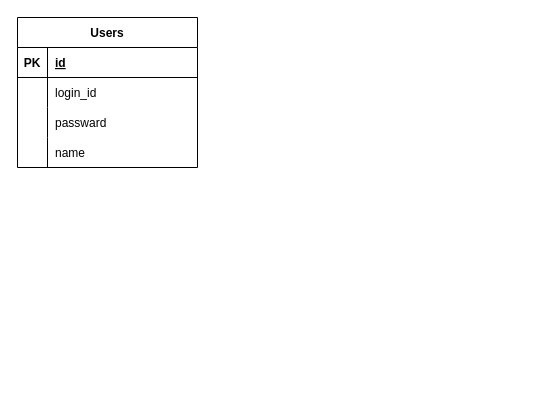
Before: er/er.drawio in dsrice/bs_api, a draw.io diagram. Source tidied: cells renumbered, new cells numbered last; positions are measured from the earlier drawing's top-left corner, leaving out a move shared by most shapes. Both pictures are drawn from the tidied source at 100%, with x=0, y=0 at pixel (17, 17).
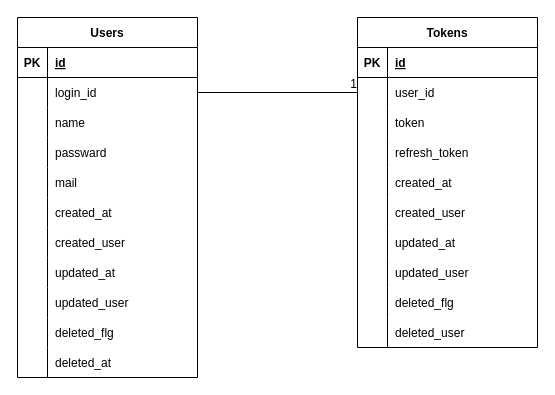
Above is the later version.

Commit message:
add: ログイン周りの設計にともないER図追記

The change refers to these unchanged cells:
```xml
<mxCell id="6" style="shape=tableRow;horizontal=0;startSize=0;swimlaneHead=0;swimlaneBody=0;fillColor=none;points=[[0,0.5],[1,0.5]];portConstraint=eastwest;top=0;left=0;right=0;bottom=0;" parent="2" vertex="1">
  <mxGeometry y="60" width="180" height="30" as="geometry" />
</mxCell>
```

Change to the diagram source:
```diff
@@
     <mxCell id="2" value="Users" style="shape=table;startSize=30;childLayout=tableLayout;rowLines=0;fontStyle=1;align=center;" parent="1" vertex="1">
-      <mxGeometry width="180" height="150" as="geometry" />
+      <mxGeometry width="180" height="360" as="geometry" />
     </mxCell>
@@
+    <mxCell id="12" style="shape=tableRow;horizontal=0;startSize=0;swimlaneHead=0;swimlaneBody=0;fillColor=none;top=0;left=0;right=0;bottom=0;" parent="2" vertex="1">
+      <mxGeometry y="90" width="180" height="30" as="geometry" />
+    </mxCell>
+    <mxCell id="13" style="shape=partialRectangle;fillColor=none;top=0;left=0;bottom=0;right=0;overflow=hidden;" parent="12" vertex="1">
+      <mxGeometry width="30" height="30" as="geometry" />
+    </mxCell>
+    <mxCell id="14" value="name" style="shape=partialRectangle;fillColor=none;top=0;left=0;bottom=0;right=0;align=left;spacingLeft=6;overflow=hidden;" parent="12" vertex="1">
+      <mxGeometry x="30" width="150" height="30" as="geometry" />
+    </mxCell>
     <mxCell id="9" style="shape=tableRow;horizontal=0;startSize=0;swimlaneHead=0;swimlaneBody=0;fillColor=none;top=0;left=0;right=0;bottom=0;" parent="2" vertex="1">
-      <mxGeometry y="90" width="180" height="30" as="geometry" />
+      <mxGeometry y="120" width="180" height="30" as="geometry" />
     </mxCell>
@@
-    <mxCell id="12" style="shape=tableRow;horizontal=0;startSize=0;swimlaneHead=0;swimlaneBody=0;fillColor=none;top=0;left=0;right=0;bottom=0;" parent="2" vertex="1">
-      <mxGeometry y="120" width="180" height="30" as="geometry" />
-    </mxCell>
-    <mxCell id="13" style="shape=partialRectangle;fillColor=none;top=0;left=0;bottom=0;right=0;overflow=hidden;" parent="12" vertex="1">
-      <mxGeometry width="30" height="30" as="geometry" />
-    </mxCell>
-    <mxCell id="14" value="name" style="shape=partialRectangle;fillColor=none;top=0;left=0;bottom=0;right=0;align=left;spacingLeft=6;overflow=hidden;" parent="12" vertex="1">
-      <mxGeometry x="30" width="150" height="30" as="geometry" />
-    </mxCell>
+    <mxCell id="15" style="shape=tableRow;horizontal=0;startSize=0;swimlaneHead=0;swimlaneBody=0;fillColor=none;top=0;left=0;right=0;bottom=0;" parent="2" vertex="1">
+      <mxGeometry y="150" width="180" height="30" as="geometry" />
+    </mxCell>
+    <mxCell id="16" style="shape=partialRectangle;fillColor=none;top=0;left=0;bottom=0;right=0;overflow=hidden;" parent="15" vertex="1">
+      <mxGeometry width="30" height="30" as="geometry" />
+    </mxCell>
+    <mxCell id="17" value="mail" style="shape=partialRectangle;fillColor=none;top=0;left=0;bottom=0;right=0;align=left;spacingLeft=6;overflow=hidden;" parent="15" vertex="1">
+      <mxGeometry x="30" width="150" height="30" as="geometry" />
+    </mxCell>
+    <mxCell id="18" style="shape=tableRow;horizontal=0;startSize=0;swimlaneHead=0;swimlaneBody=0;fillColor=none;top=0;left=0;right=0;bottom=0;" parent="2" vertex="1">
+      <mxGeometry y="180" width="180" height="30" as="geometry" />
+    </mxCell>
+    <mxCell id="19" style="shape=partialRectangle;fillColor=none;top=0;left=0;bottom=0;right=0;overflow=hidden;" parent="18" vertex="1">
+      <mxGeometry width="30" height="30" as="geometry" />
+    </mxCell>
+    <mxCell id="20" value="created_at" style="shape=partialRectangle;fillColor=none;top=0;left=0;bottom=0;right=0;align=left;spacingLeft=6;overflow=hidden;" parent="18" vertex="1">
+      <mxGeometry x="30" width="150" height="30" as="geometry" />
+    </mxCell>
+    <mxCell id="21" style="shape=tableRow;horizontal=0;startSize=0;swimlaneHead=0;swimlaneBody=0;fillColor=none;top=0;left=0;right=0;bottom=0;" parent="2" vertex="1">
+      <mxGeometry y="210" width="180" height="30" as="geometry" />
+    </mxCell>
+    <mxCell id="22" style="shape=partialRectangle;fillColor=none;top=0;left=0;bottom=0;right=0;overflow=hidden;" parent="21" vertex="1">
+      <mxGeometry width="30" height="30" as="geometry" />
+    </mxCell>
+    <mxCell id="23" value="created_user" style="shape=partialRectangle;fillColor=none;top=0;left=0;bottom=0;right=0;align=left;spacingLeft=6;overflow=hidden;" parent="21" vertex="1">
+      <mxGeometry x="30" width="150" height="30" as="geometry" />
+    </mxCell>
+    <mxCell id="24" style="shape=tableRow;horizontal=0;startSize=0;swimlaneHead=0;swimlaneBody=0;fillColor=none;top=0;left=0;right=0;bottom=0;" parent="2" vertex="1">
+      <mxGeometry y="240" width="180" height="30" as="geometry" />
+    </mxCell>
+    <mxCell id="25" style="shape=partialRectangle;fillColor=none;top=0;left=0;bottom=0;right=0;overflow=hidden;" parent="24" vertex="1">
+      <mxGeometry width="30" height="30" as="geometry" />
+    </mxCell>
+    <mxCell id="26" value="updated_at" style="shape=partialRectangle;fillColor=none;top=0;left=0;bottom=0;right=0;align=left;spacingLeft=6;overflow=hidden;" parent="24" vertex="1">
+      <mxGeometry x="30" width="150" height="30" as="geometry" />
+    </mxCell>
+    <mxCell id="27" style="shape=tableRow;horizontal=0;startSize=0;swimlaneHead=0;swimlaneBody=0;fillColor=none;top=0;left=0;right=0;bottom=0;" parent="2" vertex="1">
+      <mxGeometry y="270" width="180" height="30" as="geometry" />
+    </mxCell>
+    <mxCell id="28" style="shape=partialRectangle;fillColor=none;top=0;left=0;bottom=0;right=0;overflow=hidden;" parent="27" vertex="1">
+      <mxGeometry width="30" height="30" as="geometry" />
+    </mxCell>
+    <mxCell id="29" value="updated_user" style="shape=partialRectangle;fillColor=none;top=0;left=0;bottom=0;right=0;align=left;spacingLeft=6;overflow=hidden;" parent="27" vertex="1">
+      <mxGeometry x="30" width="150" height="30" as="geometry" />
+    </mxCell>
+    <mxCell id="30" style="shape=tableRow;horizontal=0;startSize=0;swimlaneHead=0;swimlaneBody=0;fillColor=none;top=0;left=0;right=0;bottom=0;" parent="2" vertex="1">
+      <mxGeometry y="300" width="180" height="30" as="geometry" />
+    </mxCell>
+    <mxCell id="31" style="shape=partialRectangle;fillColor=none;top=0;left=0;bottom=0;right=0;overflow=hidden;" parent="30" vertex="1">
+      <mxGeometry width="30" height="30" as="geometry" />
+    </mxCell>
+    <mxCell id="32" value="deleted_flg" style="shape=partialRectangle;fillColor=none;top=0;left=0;bottom=0;right=0;align=left;spacingLeft=6;overflow=hidden;" parent="30" vertex="1">
+      <mxGeometry x="30" width="150" height="30" as="geometry" />
+    </mxCell>
+    <mxCell id="33" style="shape=tableRow;horizontal=0;startSize=0;swimlaneHead=0;swimlaneBody=0;fillColor=none;top=0;left=0;right=0;bottom=0;" parent="2" vertex="1">
+      <mxGeometry y="330" width="180" height="30" as="geometry" />
+    </mxCell>
+    <mxCell id="34" style="shape=partialRectangle;fillColor=none;top=0;left=0;bottom=0;right=0;overflow=hidden;" parent="33" vertex="1">
+      <mxGeometry width="30" height="30" as="geometry" />
+    </mxCell>
+    <mxCell id="35" value="deleted_at" style="shape=partialRectangle;fillColor=none;top=0;left=0;bottom=0;right=0;align=left;spacingLeft=6;overflow=hidden;" parent="33" vertex="1">
+      <mxGeometry x="30" width="150" height="30" as="geometry" />
+    </mxCell>
+    <mxCell id="36" value="Tokens" style="shape=table;startSize=30;childLayout=tableLayout;rowLines=0;fontStyle=1;align=center;" parent="1" vertex="1">
+      <mxGeometry x="340" width="180" height="330" as="geometry" />
+    </mxCell>
+    <mxCell id="37" style="shape=tableRow;horizontal=0;startSize=0;swimlaneHead=0;swimlaneBody=0;fillColor=none;top=0;left=0;right=0;bottom=1;" parent="36" vertex="1">
+      <mxGeometry y="30" width="180" height="30" as="geometry" />
+    </mxCell>
+    <mxCell id="38" value="PK" style="shape=partialRectangle;fillColor=none;top=0;left=0;bottom=0;right=0;fontStyle=1;overflow=hidden;" parent="37" vertex="1">
+      <mxGeometry width="30" height="30" as="geometry" />
+    </mxCell>
+    <mxCell id="39" value="id" style="shape=partialRectangle;fillColor=none;top=0;left=0;bottom=0;right=0;align=left;spacingLeft=6;fontStyle=5;overflow=hidden;" parent="37" vertex="1">
+      <mxGeometry x="30" width="150" height="30" as="geometry" />
+    </mxCell>
+    <mxCell id="40" style="shape=tableRow;horizontal=0;startSize=0;swimlaneHead=0;swimlaneBody=0;fillColor=none;points=[[0,0.5],[1,0.5]];portConstraint=eastwest;top=0;left=0;right=0;bottom=0;" parent="36" vertex="1">
+      <mxGeometry y="60" width="180" height="30" as="geometry" />
+    </mxCell>
+    <mxCell id="41" style="shape=partialRectangle;fillColor=none;top=0;left=0;bottom=0;right=0;overflow=hidden;" parent="40" vertex="1">
+      <mxGeometry width="30" height="30" as="geometry" />
+    </mxCell>
+    <mxCell id="42" value="user_id" style="shape=partialRectangle;fillColor=none;top=0;left=0;bottom=0;right=0;align=left;spacingLeft=6;overflow=hidden;" parent="40" vertex="1">
+      <mxGeometry x="30" width="150" height="30" as="geometry" />
+    </mxCell>
+    <mxCell id="43" style="shape=tableRow;horizontal=0;startSize=0;swimlaneHead=0;swimlaneBody=0;fillColor=none;top=0;left=0;right=0;bottom=0;" parent="36" vertex="1">
+      <mxGeometry y="90" width="180" height="30" as="geometry" />
+    </mxCell>
+    <mxCell id="44" style="shape=partialRectangle;fillColor=none;top=0;left=0;bottom=0;right=0;overflow=hidden;" parent="43" vertex="1">
+      <mxGeometry width="30" height="30" as="geometry" />
+    </mxCell>
+    <mxCell id="45" value="token" style="shape=partialRectangle;fillColor=none;top=0;left=0;bottom=0;right=0;align=left;spacingLeft=6;overflow=hidden;" parent="43" vertex="1">
+      <mxGeometry x="30" width="150" height="30" as="geometry" />
+    </mxCell>
+    <mxCell id="46" style="shape=tableRow;horizontal=0;startSize=0;swimlaneHead=0;swimlaneBody=0;fillColor=none;top=0;left=0;right=0;bottom=0;" parent="36" vertex="1">
+      <mxGeometry y="120" width="180" height="30" as="geometry" />
+    </mxCell>
+    <mxCell id="47" style="shape=partialRectangle;fillColor=none;top=0;left=0;bottom=0;right=0;overflow=hidden;" parent="46" vertex="1">
+      <mxGeometry width="30" height="30" as="geometry" />
+    </mxCell>
+    <mxCell id="48" value="refresh_token" style="shape=partialRectangle;fillColor=none;top=0;left=0;bottom=0;right=0;align=left;spacingLeft=6;overflow=hidden;" parent="46" vertex="1">
+      <mxGeometry x="30" width="150" height="30" as="geometry" />
+    </mxCell>
+    <mxCell id="49" style="shape=tableRow;horizontal=0;startSize=0;swimlaneHead=0;swimlaneBody=0;fillColor=none;top=0;left=0;right=0;bottom=0;" parent="36" vertex="1">
+      <mxGeometry y="150" width="180" height="30" as="geometry" />
+    </mxCell>
+    <mxCell id="50" style="shape=partialRectangle;fillColor=none;top=0;left=0;bottom=0;right=0;overflow=hidden;" parent="49" vertex="1">
+      <mxGeometry width="30" height="30" as="geometry" />
+    </mxCell>
+    <mxCell id="51" value="created_at" style="shape=partialRectangle;fillColor=none;top=0;left=0;bottom=0;right=0;align=left;spacingLeft=6;overflow=hidden;" parent="49" vertex="1">
+      <mxGeometry x="30" width="150" height="30" as="geometry" />
+    </mxCell>
+    <mxCell id="52" style="shape=tableRow;horizontal=0;startSize=0;swimlaneHead=0;swimlaneBody=0;fillColor=none;top=0;left=0;right=0;bottom=0;" parent="36" vertex="1">
+      <mxGeometry y="180" width="180" height="30" as="geometry" />
+    </mxCell>
+    <mxCell id="53" style="shape=partialRectangle;fillColor=none;top=0;left=0;bottom=0;right=0;overflow=hidden;" parent="52" vertex="1">
+      <mxGeometry width="30" height="30" as="geometry" />
+    </mxCell>
+    <mxCell id="54" value="created_user" style="shape=partialRectangle;fillColor=none;top=0;left=0;bottom=0;right=0;align=left;spacingLeft=6;overflow=hidden;" parent="52" vertex="1">
+      <mxGeometry x="30" width="150" height="30" as="geometry" />
+    </mxCell>
+    <mxCell id="55" style="shape=tableRow;horizontal=0;startSize=0;swimlaneHead=0;swimlaneBody=0;fillColor=none;top=0;left=0;right=0;bottom=0;" parent="36" vertex="1">
+      <mxGeometry y="210" width="180" height="30" as="geometry" />
+    </mxCell>
+    <mxCell id="56" style="shape=partialRectangle;fillColor=none;top=0;left=0;bottom=0;right=0;overflow=hidden;" parent="55" vertex="1">
+      <mxGeometry width="30" height="30" as="geometry" />
+    </mxCell>
+    <mxCell id="57" value="updated_at" style="shape=partialRectangle;fillColor=none;top=0;left=0;bottom=0;right=0;align=left;spacingLeft=6;overflow=hidden;" parent="55" vertex="1">
+      <mxGeometry x="30" width="150" height="30" as="geometry" />
+    </mxCell>
+    <mxCell id="58" style="shape=tableRow;horizontal=0;startSize=0;swimlaneHead=0;swimlaneBody=0;fillColor=none;top=0;left=0;right=0;bottom=0;" parent="36" vertex="1">
+      <mxGeometry y="240" width="180" height="30" as="geometry" />
+    </mxCell>
+    <mxCell id="59" style="shape=partialRectangle;fillColor=none;top=0;left=0;bottom=0;right=0;overflow=hidden;" parent="58" vertex="1">
+      <mxGeometry width="30" height="30" as="geometry" />
+    </mxCell>
+    <mxCell id="60" value="updated_user" style="shape=partialRectangle;fillColor=none;top=0;left=0;bottom=0;right=0;align=left;spacingLeft=6;overflow=hidden;" parent="58" vertex="1">
+      <mxGeometry x="30" width="150" height="30" as="geometry" />
+    </mxCell>
+    <mxCell id="61" style="shape=tableRow;horizontal=0;startSize=0;swimlaneHead=0;swimlaneBody=0;fillColor=none;top=0;left=0;right=0;bottom=0;" parent="36" vertex="1">
+      <mxGeometry y="270" width="180" height="30" as="geometry" />
+    </mxCell>
+    <mxCell id="62" style="shape=partialRectangle;fillColor=none;top=0;left=0;bottom=0;right=0;overflow=hidden;" parent="61" vertex="1">
+      <mxGeometry width="30" height="30" as="geometry" />
+    </mxCell>
+    <mxCell id="63" value="deleted_flg" style="shape=partialRectangle;fillColor=none;top=0;left=0;bottom=0;right=0;align=left;spacingLeft=6;overflow=hidden;" parent="61" vertex="1">
+      <mxGeometry x="30" width="150" height="30" as="geometry" />
+    </mxCell>
+    <mxCell id="64" style="shape=tableRow;horizontal=0;startSize=0;swimlaneHead=0;swimlaneBody=0;fillColor=none;top=0;left=0;right=0;bottom=0;" parent="36" vertex="1">
+      <mxGeometry y="300" width="180" height="30" as="geometry" />
+    </mxCell>
+    <mxCell id="65" style="shape=partialRectangle;fillColor=none;top=0;left=0;bottom=0;right=0;overflow=hidden;" parent="64" vertex="1">
+      <mxGeometry width="30" height="30" as="geometry" />
+    </mxCell>
+    <mxCell id="66" value="deleted_user" style="shape=partialRectangle;fillColor=none;top=0;left=0;bottom=0;right=0;align=left;spacingLeft=6;overflow=hidden;" parent="64" vertex="1">
+      <mxGeometry x="30" width="150" height="30" as="geometry" />
+    </mxCell>
+    <mxCell id="67" style="endArrow=none;html=1;rounded=0;exitX=1;exitY=0.5;exitDx=0;exitDy=0;entryX=0;entryY=0.5;entryDx=0;entryDy=0;" parent="1" edge="1" source="6" target="40">
+      <mxGeometry relative="1" as="geometry" />
+    </mxCell>
+    <mxCell id="68" value="1" style="html=1;align=right;verticalAlign=bottom;" parent="67" vertex="1">
+      <mxGeometry x="1" relative="1" as="geometry" />
+    </mxCell>
```
